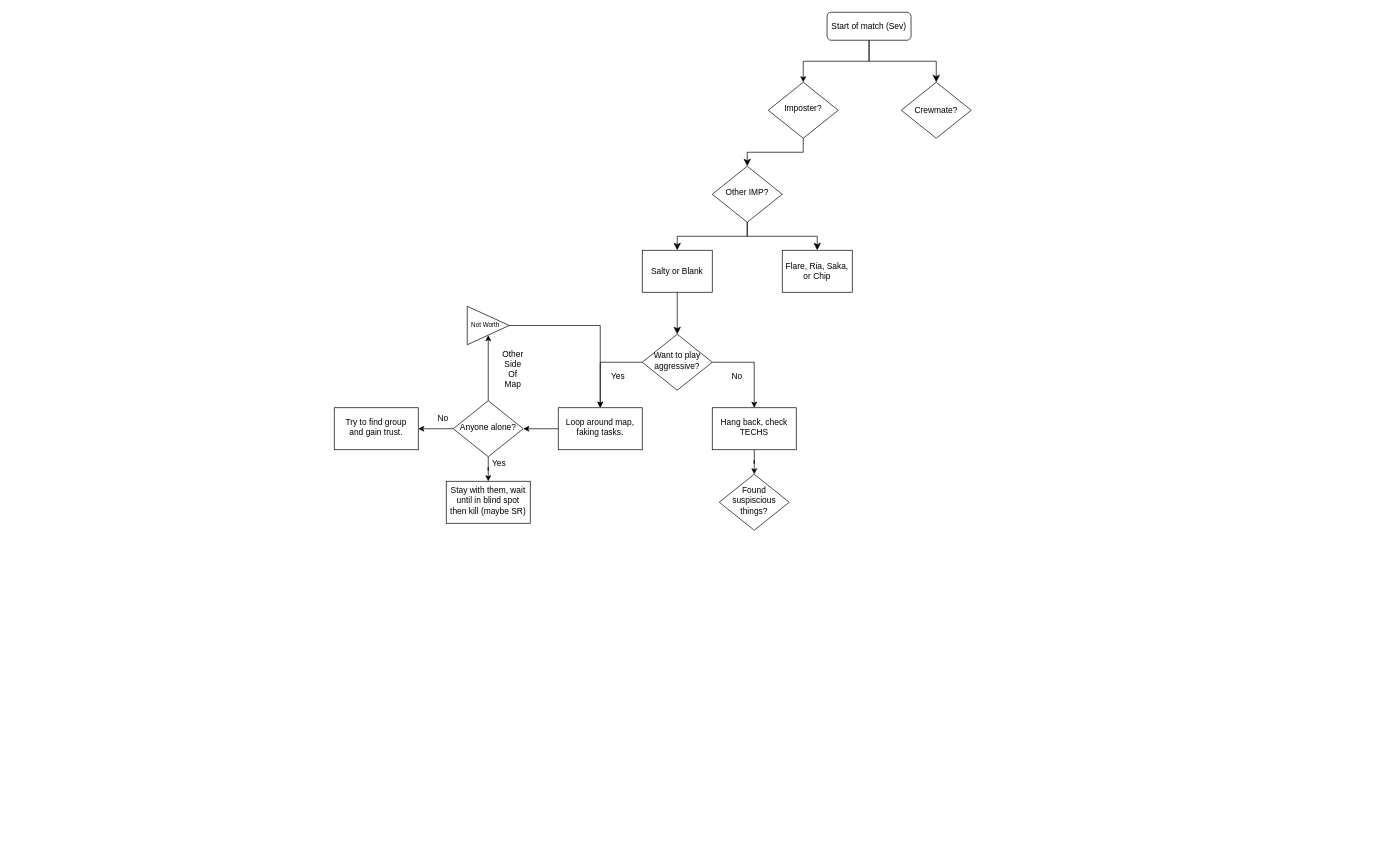
Earlier version of the draw.io diagram Untitled Diagram.drawio (noclueumbreon/My_Projects-ruby-). Source tidied: cells renumbered, new cells numbered last; positions are measured from the earlier drawing's top-left corner, leaving out a move shared by most shapes. Both pictures are drawn from the tidied source at 70%, with x=0, y=0 at pixel (334, 12).
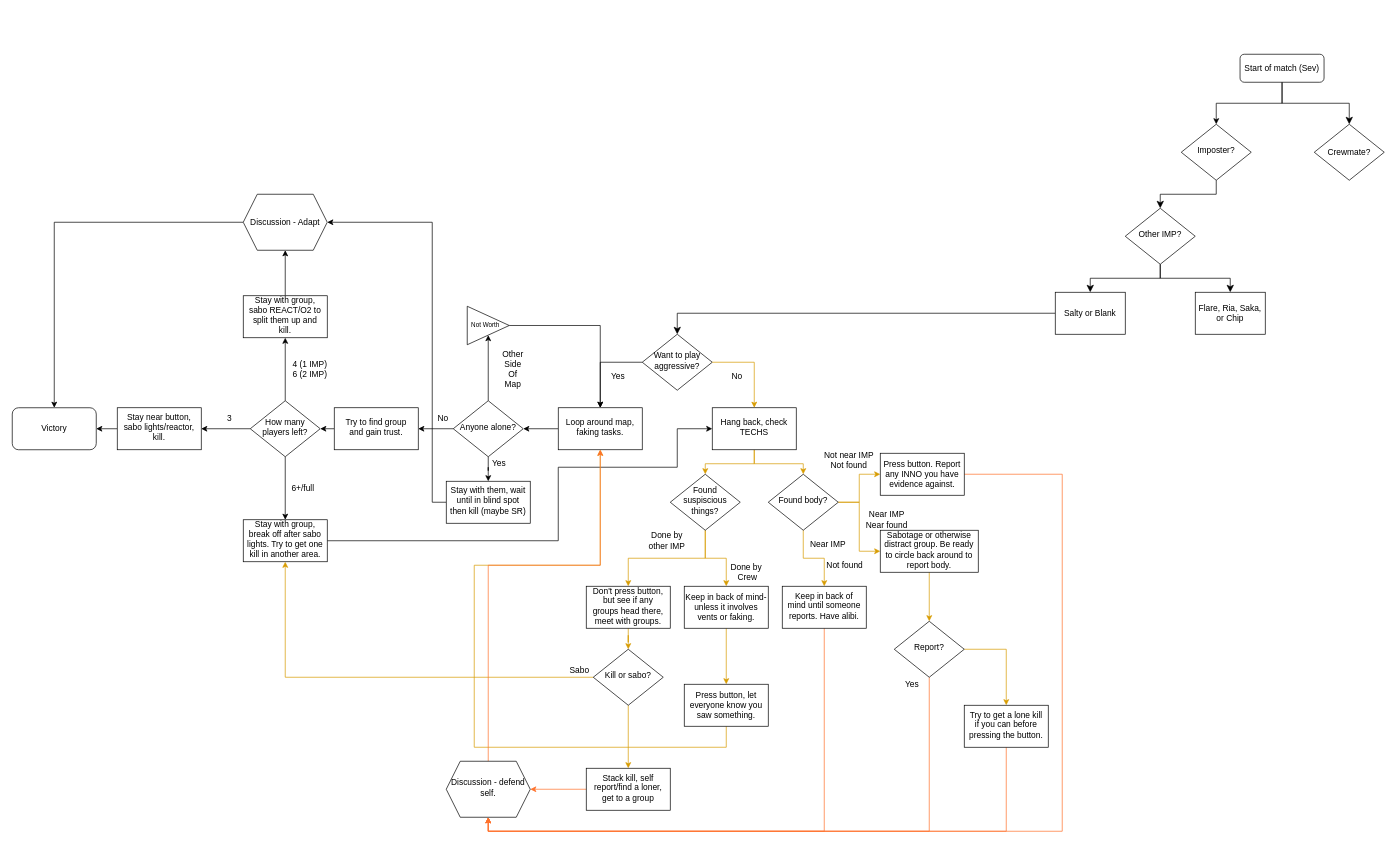
Above is the later version.

Commit message:
Finished Salty/Blank branch.

Unchanged cells that the change refers to:
```xml
<mxCell id="15" value="Want to play aggressive?" style="rhombus;whiteSpace=wrap;html=1;shadow=0;fontFamily=Helvetica;fontSize=12;align=center;strokeWidth=1;spacing=6;spacingTop=-4;arcSize=20;" parent="1" vertex="1">
  <mxGeometry x="440" y="460" width="100" height="80" as="geometry" />
</mxCell>
<mxCell id="17" value="Hang back, check TECHS" style="whiteSpace=wrap;html=1;shadow=0;strokeWidth=1;spacing=6;spacingTop=-4;arcSize=20;" parent="1" vertex="1">
  <mxGeometry x="540" y="565" width="120" height="60" as="geometry" />
</mxCell>
<mxCell id="20" value="Loop around map, faking tasks." style="whiteSpace=wrap;html=1;shadow=0;strokeWidth=1;spacing=6;spacingTop=-4;arcSize=20;" parent="1" vertex="1">
  <mxGeometry x="320" y="565" width="120" height="60" as="geometry" />
</mxCell>
<mxCell id="28" value="Stay with them, wait until in blind spot then kill (maybe SR)" style="whiteSpace=wrap;html=1;shadow=0;strokeWidth=1;spacing=6;spacingTop=-4;arcSize=20;" parent="1" vertex="1">
  <mxGeometry x="160" y="670" width="120" height="60" as="geometry" />
</mxCell>
<mxCell id="29" value="Try to find group and gain trust." style="whiteSpace=wrap;html=1;shadow=0;strokeWidth=1;spacing=6;spacingTop=-4;arcSize=20;" parent="1" vertex="1">
  <mxGeometry y="565" width="120" height="60" as="geometry" />
</mxCell>
```

What changed in the source:
```diff
@@
     <mxCell id="3" value="Start of match (Sev)" style="rounded=1;whiteSpace=wrap;html=1;fontSize=12;glass=0;strokeWidth=1;shadow=0;" parent="1" vertex="1">
-      <mxGeometry x="704" width="120" height="40" as="geometry" />
+      <mxGeometry x="1294" y="60" width="120" height="40" as="geometry" />
     </mxCell>
@@
     <mxCell id="5" value="Imposter?" style="rhombus;whiteSpace=wrap;html=1;shadow=0;fontFamily=Helvetica;fontSize=12;align=center;strokeWidth=1;spacing=6;spacingTop=-4;arcSize=20;" parent="1" vertex="1">
-      <mxGeometry x="620" y="100" width="100" height="80" as="geometry" />
+      <mxGeometry x="1210" y="160" width="100" height="80" as="geometry" />
     </mxCell>
     <mxCell id="6" value="Crewmate?" style="rhombus;whiteSpace=wrap;html=1;" parent="1" vertex="1">
-      <mxGeometry x="810" y="100" width="100" height="80" as="geometry" />
+      <mxGeometry x="1400" y="160" width="100" height="80" as="geometry" />
     </mxCell>
@@
     <mxCell id="10" value="Other IMP?" style="rhombus;whiteSpace=wrap;html=1;shadow=0;fontFamily=Helvetica;fontSize=12;align=center;strokeWidth=1;spacing=6;spacingTop=-4;arcSize=20;" parent="1" vertex="1">
-      <mxGeometry x="540" y="220" width="100" height="80" as="geometry" />
+      <mxGeometry x="1130" y="280" width="100" height="80" as="geometry" />
     </mxCell>
     <mxCell id="11" style="edgeStyle=orthogonalEdgeStyle;rounded=0;jettySize=auto;html=1;shadow=0;labelBackgroundColor=none;endFill=1;endSize=8;strokeWidth=1;" parent="1" edge="1" source="12" target="15">
-      <mxGeometry relative="1" as="geometry" />
+      <mxGeometry relative="1" as="geometry">
+        <Array as="points">
+          <mxPoint x="490" y="430" />
+        </Array>
+      </mxGeometry>
     </mxCell>
     <mxCell id="12" value="Salty or Blank" style="rounded=0;whiteSpace=wrap;html=1;shadow=0;strokeWidth=1;" parent="1" vertex="1">
-      <mxGeometry x="440" y="340" width="100" height="60" as="geometry" />
+      <mxGeometry x="1030" y="400" width="100" height="60" as="geometry" />
     </mxCell>
     <mxCell id="13" value="Flare, Ria, Saka, or Chip" style="rounded=0;whiteSpace=wrap;html=1;shadow=0;strokeWidth=1;" parent="1" vertex="1">
-      <mxGeometry x="640" y="340" width="100" height="60" as="geometry" />
+      <mxGeometry x="1230" y="400" width="100" height="60" as="geometry" />
     </mxCell>
@@
-    <mxCell id="16" style="edgeStyle=orthogonalEdgeStyle;rounded=0;jettySize=auto;html=1;shadow=0;labelBackgroundColor=none;strokeWidth=1;entryX=0.5;entryY=0;entryDx=0;entryDy=0;" parent="1" edge="1" source="17" target="23">
+    <mxCell id="16" style="edgeStyle=orthogonalEdgeStyle;rounded=0;jettySize=auto;html=1;shadow=0;labelBackgroundColor=none;strokeWidth=1;entryX=0.5;entryY=0;entryDx=0;entryDy=0;fillColor=#ffe6cc;strokeColor=#d79b00;" parent="1" edge="1" source="17" target="23">
       <mxGeometry relative="1" as="geometry" />
     </mxCell>
+    <mxCell id="35" style="edgeStyle=orthogonalEdgeStyle;rounded=0;jettySize=auto;html=1;exitX=0.5;exitY=1;exitDx=0;exitDy=0;entryX=0.5;entryY=0;entryDx=0;entryDy=0;shadow=0;labelBackgroundColor=none;strokeWidth=1;fillColor=#ffe6cc;strokeColor=#d79b00;" parent="1" edge="1" source="17" target="43">
+      <mxGeometry relative="1" as="geometry" />
+    </mxCell>
@@
-    <mxCell id="18" style="endArrow=classic;html=1;shadow=0;labelBackgroundColor=none;strokeWidth=1;exitX=1;exitY=0.5;exitDx=0;exitDy=0;entryX=0.5;entryY=0;entryDx=0;entryDy=0;edgeStyle=orthogonalEdgeStyle;rounded=0;" parent="1" edge="1" source="15" target="17">
+    <mxCell id="18" style="endArrow=classic;html=1;shadow=0;labelBackgroundColor=none;strokeWidth=1;exitX=1;exitY=0.5;exitDx=0;exitDy=0;entryX=0.5;entryY=0;entryDx=0;entryDy=0;edgeStyle=orthogonalEdgeStyle;rounded=0;strokeColor=#d79b00;fillColor=#ffe6cc;" parent="1" edge="1" source="15" target="17">
       <mxGeometry relative="1" as="geometry" />
     </mxCell>
@@
+    <mxCell id="36" style="edgeStyle=orthogonalEdgeStyle;rounded=0;jettySize=auto;html=1;shadow=0;labelBackgroundColor=none;strokeWidth=1;fillColor=#ffe6cc;strokeColor=#d79b00;" parent="1" edge="1" source="23" target="59">
+      <mxGeometry relative="1" as="geometry" />
+    </mxCell>
+    <mxCell id="37" style="edgeStyle=orthogonalEdgeStyle;rounded=0;jettySize=auto;html=1;exitX=0.5;exitY=1;exitDx=0;exitDy=0;entryX=0.5;entryY=0;entryDx=0;entryDy=0;shadow=0;labelBackgroundColor=none;strokeWidth=1;fillColor=#ffe6cc;strokeColor=#d79b00;" parent="1" edge="1" source="23" target="62">
+      <mxGeometry relative="1" as="geometry" />
+    </mxCell>
     <mxCell id="23" value="Found suspiscious things?" style="rhombus;whiteSpace=wrap;html=1;shadow=0;fontFamily=Helvetica;fontSize=12;align=center;strokeWidth=1;spacing=6;spacingTop=-4;arcSize=20;" parent="1" vertex="1">
-      <mxGeometry x="550" y="660" width="100" height="80" as="geometry" />
+      <mxGeometry x="480" y="660" width="100" height="80" as="geometry" />
     </mxCell>
@@
+    <mxCell id="38" style="edgeStyle=orthogonalEdgeStyle;rounded=0;jettySize=auto;html=1;entryX=1;entryY=0.5;entryDx=0;entryDy=0;shadow=0;labelBackgroundColor=none;strokeWidth=1;" parent="1" edge="1" source="28" target="91">
+      <mxGeometry relative="1" as="geometry">
+        <Array as="points">
+          <mxPoint x="140" y="700" />
+          <mxPoint x="140" y="300" />
+        </Array>
+      </mxGeometry>
+    </mxCell>
@@
+    <mxCell id="39" style="edgeStyle=orthogonalEdgeStyle;rounded=0;jettySize=auto;html=1;exitX=0;exitY=0.5;exitDx=0;exitDy=0;entryX=1;entryY=0.5;entryDx=0;entryDy=0;shadow=0;labelBackgroundColor=none;strokeWidth=1;" parent="1" edge="1" source="29" target="47">
+      <mxGeometry relative="1" as="geometry" />
+    </mxCell>
@@
+    <mxCell id="40" style="edgeStyle=orthogonalEdgeStyle;rounded=0;jettySize=auto;html=1;shadow=0;labelBackgroundColor=none;strokeColor=#d79b00;strokeWidth=1;fillColor=#ffe6cc;" parent="1" edge="1" source="43" target="75">
+      <mxGeometry relative="1" as="geometry" />
+    </mxCell>
+    <mxCell id="41" style="edgeStyle=orthogonalEdgeStyle;rounded=0;jettySize=auto;html=1;shadow=0;labelBackgroundColor=none;strokeColor=#d79b00;strokeWidth=1;fillColor=#ffe6cc;" parent="1" edge="1" source="43" target="79">
+      <mxGeometry relative="1" as="geometry" />
+    </mxCell>
+    <mxCell id="42" style="edgeStyle=orthogonalEdgeStyle;rounded=0;jettySize=auto;html=1;exitX=1;exitY=0.5;exitDx=0;exitDy=0;entryX=0;entryY=0.5;entryDx=0;entryDy=0;shadow=0;labelBackgroundColor=none;strokeColor=#d79b00;strokeWidth=1;fillColor=#ffe6cc;" parent="1" edge="1" source="43" target="82">
+      <mxGeometry relative="1" as="geometry" />
+    </mxCell>
+    <mxCell id="43" value="Found body?" style="rhombus;whiteSpace=wrap;html=1;shadow=0;fontFamily=Helvetica;fontSize=12;align=center;strokeWidth=1;spacing=6;spacingTop=-4;arcSize=20;" parent="1" vertex="1">
+      <mxGeometry x="620" y="660" width="100" height="80" as="geometry" />
+    </mxCell>
+    <mxCell id="44" style="edgeStyle=orthogonalEdgeStyle;rounded=0;jettySize=auto;html=1;shadow=0;labelBackgroundColor=none;strokeWidth=1;" parent="1" edge="1" source="47" target="49">
+      <mxGeometry relative="1" as="geometry" />
+    </mxCell>
+    <mxCell id="45" style="edgeStyle=orthogonalEdgeStyle;rounded=0;jettySize=auto;html=1;shadow=0;labelBackgroundColor=none;strokeWidth=1;" parent="1" edge="1" source="47" target="52">
+      <mxGeometry relative="1" as="geometry" />
+    </mxCell>
+    <mxCell id="46" style="edgeStyle=orthogonalEdgeStyle;rounded=0;jettySize=auto;html=1;shadow=0;labelBackgroundColor=none;strokeWidth=1;" parent="1" edge="1" source="47" target="55">
+      <mxGeometry relative="1" as="geometry" />
+    </mxCell>
+    <mxCell id="47" value="How many players left?" style="rhombus;whiteSpace=wrap;html=1;shadow=0;fontFamily=Helvetica;fontSize=12;align=center;strokeWidth=1;spacing=6;spacingTop=-4;arcSize=20;" parent="1" vertex="1">
+      <mxGeometry x="-120" y="555" width="100" height="80" as="geometry" />
+    </mxCell>
+    <mxCell id="48" style="edgeStyle=orthogonalEdgeStyle;rounded=0;jettySize=auto;html=1;shadow=0;labelBackgroundColor=none;strokeWidth=1;" parent="1" edge="1" source="49" target="91">
+      <mxGeometry relative="1" as="geometry" />
+    </mxCell>
+    <mxCell id="49" value="Stay with group, sabo REACT/O2 to split them up and kill." style="whiteSpace=wrap;html=1;shadow=0;strokeWidth=1;spacing=6;spacingTop=-4;arcSize=20;" parent="1" vertex="1">
+      <mxGeometry x="-130" y="405" width="120" height="60" as="geometry" />
+    </mxCell>
+    <mxCell id="50" value="4 (1 IMP)&lt;br&gt;6 (2 IMP)" style="text;html=1;align=center;verticalAlign=middle;" parent="1" vertex="1">
+      <mxGeometry x="-70" y="495" width="70" height="30" as="geometry" />
+    </mxCell>
+    <mxCell id="51" style="edgeStyle=orthogonalEdgeStyle;rounded=0;jettySize=auto;html=1;exitX=1;exitY=0.5;exitDx=0;exitDy=0;entryX=0;entryY=0.5;entryDx=0;entryDy=0;shadow=0;labelBackgroundColor=none;strokeWidth=1;" parent="1" edge="1" source="52" target="17">
+      <mxGeometry relative="1" as="geometry">
+        <Array as="points">
+          <mxPoint x="320" y="755" />
+          <mxPoint x="320" y="650" />
+          <mxPoint x="490" y="650" />
+          <mxPoint x="490" y="595" />
+        </Array>
+      </mxGeometry>
+    </mxCell>
+    <mxCell id="52" value="Stay with group, break off after sabo lights. Try to get one kill in another area." style="whiteSpace=wrap;html=1;shadow=0;strokeWidth=1;spacing=6;spacingTop=-4;arcSize=20;" parent="1" vertex="1">
+      <mxGeometry x="-130" y="725" width="120" height="60" as="geometry" />
+    </mxCell>
+    <mxCell id="53" value="6+/full" style="text;html=1;align=center;verticalAlign=middle;" parent="1" vertex="1">
+      <mxGeometry x="-70" y="670" width="50" height="20" as="geometry" />
+    </mxCell>
+    <mxCell id="54" style="edgeStyle=orthogonalEdgeStyle;rounded=0;jettySize=auto;html=1;exitX=0;exitY=0.5;exitDx=0;exitDy=0;entryX=1;entryY=0.5;entryDx=0;entryDy=0;shadow=0;labelBackgroundColor=none;strokeWidth=1;" parent="1" edge="1" source="55" target="57">
+      <mxGeometry relative="1" as="geometry" />
+    </mxCell>
+    <mxCell id="55" value="Stay near button, sabo lights/reactor, kill." style="whiteSpace=wrap;html=1;shadow=0;strokeWidth=1;spacing=6;spacingTop=-4;arcSize=20;" parent="1" vertex="1">
+      <mxGeometry x="-310" y="565" width="120" height="60" as="geometry" />
+    </mxCell>
+    <mxCell id="56" value="3" style="text;html=1;align=center;verticalAlign=middle;" parent="1" vertex="1">
+      <mxGeometry x="-160" y="570" width="20" height="20" as="geometry" />
+    </mxCell>
+    <mxCell id="57" value="Victory" style="rounded=1;whiteSpace=wrap;html=1;shadow=0;strokeWidth=1;" parent="1" vertex="1">
+      <mxGeometry x="-460" y="565" width="120" height="60" as="geometry" />
+    </mxCell>
+    <mxCell id="58" style="edgeStyle=orthogonalEdgeStyle;rounded=0;jettySize=auto;html=1;shadow=0;labelBackgroundColor=none;strokeWidth=1;fillColor=#ffe6cc;strokeColor=#d79b00;" parent="1" edge="1" source="59" target="68">
+      <mxGeometry relative="1" as="geometry" />
+    </mxCell>
+    <mxCell id="59" value="Don't press button, but see if any groups head there, meet with groups." style="whiteSpace=wrap;html=1;shadow=0;strokeWidth=1;spacing=6;spacingTop=-4;arcSize=20;" parent="1" vertex="1">
+      <mxGeometry x="360" y="820" width="120" height="60" as="geometry" />
+    </mxCell>
+    <mxCell id="60" value="Done by&lt;br&gt;other IMP" style="text;html=1;align=center;verticalAlign=middle;" parent="1" vertex="1">
+      <mxGeometry x="440" y="740" width="70" height="30" as="geometry" />
+    </mxCell>
+    <mxCell id="61" style="edgeStyle=orthogonalEdgeStyle;rounded=0;jettySize=auto;html=1;shadow=0;labelBackgroundColor=none;strokeWidth=1;fillColor=#ffe6cc;strokeColor=#d79b00;" parent="1" edge="1" source="62" target="65">
+      <mxGeometry relative="1" as="geometry" />
+    </mxCell>
+    <mxCell id="62" value="Keep in back of mind- unless it involves vents or faking." style="rounded=0;whiteSpace=wrap;html=1;shadow=0;strokeWidth=1;" parent="1" vertex="1">
+      <mxGeometry x="500" y="820" width="120" height="60" as="geometry" />
+    </mxCell>
+    <mxCell id="63" value="Done by&amp;nbsp;&lt;br&gt;Crew" style="text;html=1;align=center;verticalAlign=middle;" parent="1" vertex="1">
+      <mxGeometry x="560" y="785" width="60" height="30" as="geometry" />
+    </mxCell>
+    <mxCell id="64" style="edgeStyle=orthogonalEdgeStyle;rounded=0;jettySize=auto;html=1;entryX=0.5;entryY=1;entryDx=0;entryDy=0;shadow=0;labelBackgroundColor=none;strokeWidth=1;fillColor=#ffe6cc;strokeColor=#d79b00;" parent="1" edge="1" source="65" target="20">
+      <mxGeometry relative="1" as="geometry">
+        <Array as="points">
+          <mxPoint x="560" y="1050" />
+          <mxPoint x="200" y="1050" />
+          <mxPoint x="200" y="790" />
+          <mxPoint x="380" y="790" />
+        </Array>
+      </mxGeometry>
+    </mxCell>
+    <mxCell id="65" value="Press button, let everyone know you saw something." style="whiteSpace=wrap;html=1;rounded=0;shadow=0;strokeWidth=1;" parent="1" vertex="1">
+      <mxGeometry x="500" y="960" width="120" height="60" as="geometry" />
+    </mxCell>
+    <mxCell id="66" style="edgeStyle=orthogonalEdgeStyle;rounded=0;jettySize=auto;html=1;exitX=0;exitY=0.5;exitDx=0;exitDy=0;entryX=0.5;entryY=1;entryDx=0;entryDy=0;shadow=0;labelBackgroundColor=none;strokeColor=#d79b00;strokeWidth=1;fillColor=#ffe6cc;" parent="1" edge="1" source="68" target="52">
+      <mxGeometry relative="1" as="geometry" />
+    </mxCell>
+    <mxCell id="67" style="edgeStyle=orthogonalEdgeStyle;rounded=0;jettySize=auto;html=1;shadow=0;labelBackgroundColor=none;strokeColor=#d79b00;strokeWidth=1;fillColor=#ffe6cc;" parent="1" edge="1" source="68" target="71">
+      <mxGeometry relative="1" as="geometry" />
+    </mxCell>
+    <mxCell id="68" value="Kill or sabo?" style="rhombus;whiteSpace=wrap;html=1;shadow=0;fontFamily=Helvetica;fontSize=12;align=center;strokeWidth=1;spacing=6;spacingTop=-4;arcSize=20;" parent="1" vertex="1">
+      <mxGeometry x="370" y="910" width="100" height="80" as="geometry" />
+    </mxCell>
+    <mxCell id="69" value="Sabo" style="text;html=1;align=center;verticalAlign=middle;" parent="1" vertex="1">
+      <mxGeometry x="330" y="930" width="40" height="20" as="geometry" />
+    </mxCell>
+    <mxCell id="70" style="edgeStyle=orthogonalEdgeStyle;rounded=0;jettySize=auto;html=1;shadow=0;labelBackgroundColor=none;strokeColor=#FF722B;strokeWidth=1;" parent="1" edge="1" source="71" target="73">
+      <mxGeometry relative="1" as="geometry" />
+    </mxCell>
+    <mxCell id="71" value="Stack kill, self report/find a loner, get to a group" style="whiteSpace=wrap;html=1;shadow=0;strokeWidth=1;spacing=6;spacingTop=-4;arcSize=20;" parent="1" vertex="1">
+      <mxGeometry x="360" y="1080" width="120" height="60" as="geometry" />
+    </mxCell>
+    <mxCell id="72" style="edgeStyle=orthogonalEdgeStyle;rounded=0;jettySize=auto;html=1;entryX=0.5;entryY=1;entryDx=0;entryDy=0;shadow=0;labelBackgroundColor=none;strokeColor=#FF722B;strokeWidth=1;" parent="1" edge="1" source="73" target="20">
+      <mxGeometry relative="1" as="geometry">
+        <Array as="points">
+          <mxPoint x="220" y="790" />
+          <mxPoint x="380" y="790" />
+        </Array>
+      </mxGeometry>
+    </mxCell>
+    <mxCell id="73" value="Discussion - defend self." style="shape=hexagon;perimeter=hexagonPerimeter2;whiteSpace=wrap;html=1;fixedSize=1;shadow=0;strokeWidth=1;spacing=6;spacingTop=-4;arcSize=20;align=center;" parent="1" vertex="1">
+      <mxGeometry x="160" y="1070" width="120" height="80" as="geometry" />
+    </mxCell>
+    <mxCell id="74" style="edgeStyle=orthogonalEdgeStyle;rounded=0;jettySize=auto;html=1;entryX=0.5;entryY=1;entryDx=0;entryDy=0;shadow=0;labelBackgroundColor=none;strokeColor=#FF722B;strokeWidth=1;" parent="1" edge="1" source="75" target="73">
+      <mxGeometry relative="1" as="geometry">
+        <Array as="points">
+          <mxPoint x="700" y="1170" />
+          <mxPoint x="220" y="1170" />
+        </Array>
+      </mxGeometry>
+    </mxCell>
+    <mxCell id="75" value="Keep in back of mind until someone reports. Have alibi." style="whiteSpace=wrap;html=1;shadow=0;strokeWidth=1;spacing=6;spacingTop=-4;arcSize=20;" parent="1" vertex="1">
+      <mxGeometry x="640" y="820" width="120" height="60" as="geometry" />
+    </mxCell>
+    <mxCell id="76" value="Near IMP" style="text;html=1;align=center;verticalAlign=middle;" parent="1" vertex="1">
+      <mxGeometry x="670" y="750" width="70" height="20" as="geometry" />
+    </mxCell>
+    <mxCell id="77" value="Not found" style="text;html=1;align=center;verticalAlign=middle;" parent="1" vertex="1">
+      <mxGeometry x="694" y="780" width="70" height="20" as="geometry" />
+    </mxCell>
+    <mxCell id="78" style="edgeStyle=orthogonalEdgeStyle;rounded=0;jettySize=auto;html=1;shadow=0;labelBackgroundColor=none;strokeColor=#d79b00;strokeWidth=1;entryX=0.5;entryY=0;entryDx=0;entryDy=0;fillColor=#ffe6cc;" parent="1" edge="1" source="79" target="86">
+      <mxGeometry relative="1" as="geometry" />
+    </mxCell>
+    <mxCell id="79" value="Sabotage or otherwise distract group. Be ready to circle back around to report body." style="whiteSpace=wrap;html=1;shadow=0;strokeWidth=1;spacing=6;spacingTop=-4;arcSize=20;" parent="1" vertex="1">
+      <mxGeometry x="780" y="740" width="140" height="60" as="geometry" />
+    </mxCell>
+    <mxCell id="80" value="Near IMP&lt;br&gt;Near found" style="text;html=1;align=center;verticalAlign=middle;" parent="1" vertex="1">
+      <mxGeometry x="754" y="710" width="70" height="30" as="geometry" />
+    </mxCell>
+    <mxCell id="81" style="edgeStyle=orthogonalEdgeStyle;rounded=0;jettySize=auto;html=1;entryX=0.5;entryY=1;entryDx=0;entryDy=0;shadow=0;labelBackgroundColor=none;strokeColor=#FF722B;strokeWidth=1;" parent="1" edge="1" source="82" target="73">
+      <mxGeometry relative="1" as="geometry">
+        <Array as="points">
+          <mxPoint x="1040" y="660" />
+          <mxPoint x="1040" y="1170" />
+          <mxPoint x="220" y="1170" />
+        </Array>
+      </mxGeometry>
+    </mxCell>
+    <mxCell id="82" value="Press button. Report any INNO you have evidence against." style="rounded=0;whiteSpace=wrap;html=1;shadow=0;strokeWidth=1;" parent="1" vertex="1">
+      <mxGeometry x="780" y="630" width="120" height="60" as="geometry" />
+    </mxCell>
+    <mxCell id="83" value="Not near IMP&lt;br&gt;Not found" style="text;html=1;align=center;verticalAlign=middle;" parent="1" vertex="1">
+      <mxGeometry x="690" y="625" width="90" height="30" as="geometry" />
+    </mxCell>
+    <mxCell id="84" style="edgeStyle=orthogonalEdgeStyle;rounded=0;jettySize=auto;html=1;entryX=0.5;entryY=1;entryDx=0;entryDy=0;shadow=0;labelBackgroundColor=none;strokeColor=#FF722B;strokeWidth=1;" parent="1" edge="1" source="86" target="73">
+      <mxGeometry relative="1" as="geometry">
+        <Array as="points">
+          <mxPoint x="850" y="1170" />
+          <mxPoint x="220" y="1170" />
+        </Array>
+      </mxGeometry>
+    </mxCell>
+    <mxCell id="85" style="edgeStyle=orthogonalEdgeStyle;rounded=0;jettySize=auto;html=1;shadow=0;labelBackgroundColor=none;strokeColor=#d79b00;strokeWidth=1;fillColor=#ffe6cc;" parent="1" edge="1" source="86" target="89">
+      <mxGeometry relative="1" as="geometry">
+        <Array as="points">
+          <mxPoint x="960" y="910" />
+        </Array>
+      </mxGeometry>
+    </mxCell>
+    <mxCell id="86" value="Report?" style="rhombus;whiteSpace=wrap;html=1;shadow=0;fontFamily=Helvetica;fontSize=12;align=center;strokeWidth=1;spacing=6;spacingTop=-4;arcSize=20;" parent="1" vertex="1">
+      <mxGeometry x="800" y="870" width="100" height="80" as="geometry" />
+    </mxCell>
+    <mxCell id="87" value="Yes" style="text;html=1;align=center;verticalAlign=middle;" parent="1" vertex="1">
+      <mxGeometry x="810" y="950" width="30" height="20" as="geometry" />
+    </mxCell>
+    <mxCell id="88" style="edgeStyle=orthogonalEdgeStyle;rounded=0;jettySize=auto;html=1;entryX=0.5;entryY=1;entryDx=0;entryDy=0;shadow=0;labelBackgroundColor=none;strokeColor=#FF722B;strokeWidth=1;" parent="1" edge="1" source="89" target="73">
+      <mxGeometry relative="1" as="geometry">
+        <Array as="points">
+          <mxPoint x="960" y="1170" />
+          <mxPoint x="220" y="1170" />
+        </Array>
+      </mxGeometry>
+    </mxCell>
+    <mxCell id="89" value="Try to get a lone kill if you can before pressing the button." style="whiteSpace=wrap;html=1;shadow=0;strokeWidth=1;spacing=6;spacingTop=-4;arcSize=20;" parent="1" vertex="1">
+      <mxGeometry x="900" y="990" width="120" height="60" as="geometry" />
+    </mxCell>
+    <mxCell id="90" style="edgeStyle=orthogonalEdgeStyle;rounded=0;jettySize=auto;html=1;entryX=0.5;entryY=0;entryDx=0;entryDy=0;shadow=0;labelBackgroundColor=none;strokeWidth=1;" parent="1" edge="1" source="91" target="57">
+      <mxGeometry relative="1" as="geometry" />
+    </mxCell>
+    <mxCell id="91" value="Discussion - Adapt" style="shape=hexagon;perimeter=hexagonPerimeter2;whiteSpace=wrap;html=1;fixedSize=1;shadow=0;strokeWidth=1;" parent="1" vertex="1">
+      <mxGeometry x="-130" y="260" width="120" height="80" as="geometry" />
+    </mxCell>
```
